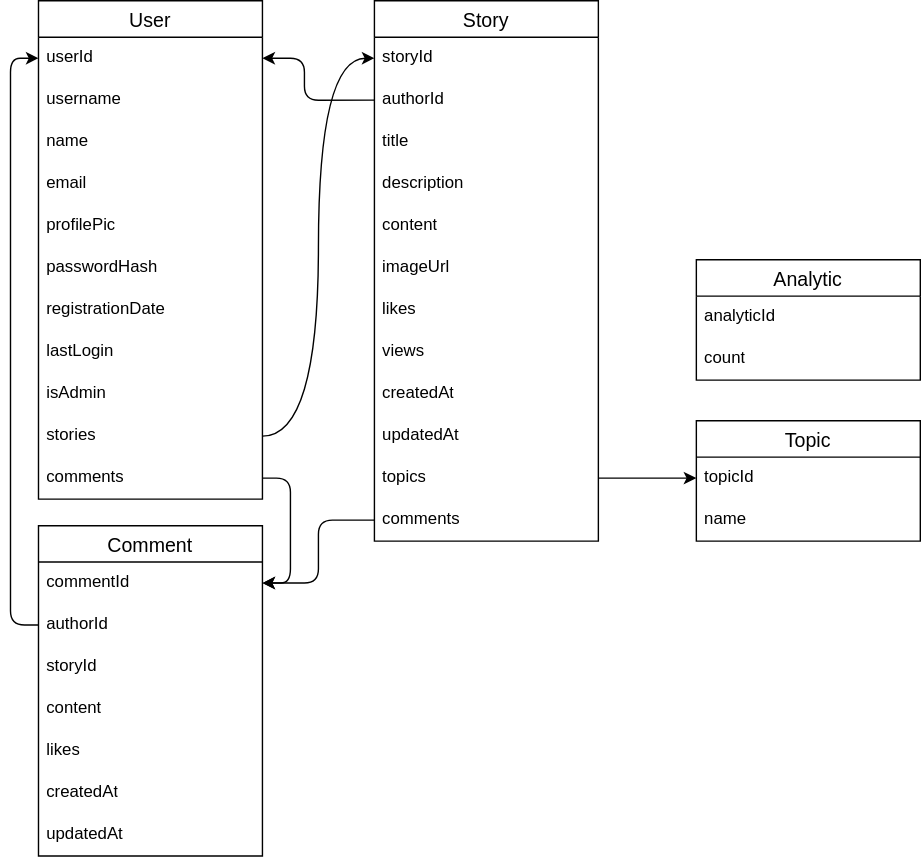
This is public/database-design.svg from nhnquang11/dots-docs, a draw.io export, as it was before one commit. Source tidied: cells renumbered, new cells last; positions are measured from the earlier drawing's top-left corner, leaving out a move shared by most shapes. Source of this version:
```xml
<mxGraphModel>
  <root>
    <mxCell id="0" />
    <mxCell id="1" parent="0" />
    <mxCell id="2" value="User" style="swimlane;fontStyle=0;horizontal=1;startSize=26;align=center;fontSize=14;" parent="1" vertex="1">
      <mxGeometry width="160" height="356" as="geometry" />
    </mxCell>
    <mxCell id="3" value="userId" style="text;strokeColor=none;fillColor=none;spacingLeft=4;spacingRight=4;overflow=hidden;points=[[0,0.5],[1,0.5]];portConstraint=eastwest;fontSize=12;whiteSpace=wrap;html=1;" parent="2" vertex="1">
      <mxGeometry y="26" width="160" height="30" as="geometry" />
    </mxCell>
    <mxCell id="4" value="username" style="text;strokeColor=none;fillColor=none;spacingLeft=4;spacingRight=4;overflow=hidden;fontSize=12;whiteSpace=wrap;html=1;" parent="2" vertex="1">
      <mxGeometry y="56" width="160" height="30" as="geometry" />
    </mxCell>
    <mxCell id="5" value="name&lt;div&gt;&lt;br&gt;&lt;/div&gt;" style="text;strokeColor=none;fillColor=none;spacingLeft=4;spacingRight=4;overflow=hidden;fontSize=12;whiteSpace=wrap;html=1;" parent="2" vertex="1">
      <mxGeometry y="86" width="160" height="30" as="geometry" />
    </mxCell>
    <mxCell id="6" value="email" style="text;strokeColor=none;fillColor=none;spacingLeft=4;spacingRight=4;overflow=hidden;fontSize=12;whiteSpace=wrap;html=1;" parent="2" vertex="1">
      <mxGeometry y="116" width="160" height="30" as="geometry" />
    </mxCell>
    <mxCell id="7" value="profilePic" style="text;strokeColor=none;fillColor=none;spacingLeft=4;spacingRight=4;overflow=hidden;fontSize=12;whiteSpace=wrap;html=1;" parent="2" vertex="1">
      <mxGeometry y="146" width="160" height="30" as="geometry" />
    </mxCell>
    <mxCell id="8" value="passwordHash" style="text;strokeColor=none;fillColor=none;spacingLeft=4;spacingRight=4;overflow=hidden;fontSize=12;whiteSpace=wrap;html=1;" parent="2" vertex="1">
      <mxGeometry y="176" width="160" height="30" as="geometry" />
    </mxCell>
    <mxCell id="9" value="registrationDate" style="text;strokeColor=none;fillColor=none;spacingLeft=4;spacingRight=4;overflow=hidden;fontSize=12;whiteSpace=wrap;html=1;" parent="2" vertex="1">
      <mxGeometry y="206" width="160" height="30" as="geometry" />
    </mxCell>
    <mxCell id="10" value="lastLogin" style="text;strokeColor=none;fillColor=none;spacingLeft=4;spacingRight=4;overflow=hidden;fontSize=12;whiteSpace=wrap;html=1;" parent="2" vertex="1">
      <mxGeometry y="236" width="160" height="30" as="geometry" />
    </mxCell>
    <mxCell id="11" value="isAdmin" style="text;strokeColor=none;fillColor=none;spacingLeft=4;spacingRight=4;overflow=hidden;fontSize=12;whiteSpace=wrap;html=1;" parent="2" vertex="1">
      <mxGeometry y="266" width="160" height="30" as="geometry" />
    </mxCell>
    <mxCell id="12" value="stories" style="text;strokeColor=none;fillColor=none;spacingLeft=4;spacingRight=4;overflow=hidden;points=[[0,0.5],[1,0.5]];portConstraint=eastwest;fontSize=12;whiteSpace=wrap;html=1;" parent="2" vertex="1">
      <mxGeometry y="296" width="160" height="30" as="geometry" />
    </mxCell>
    <mxCell id="13" value="comments" style="text;strokeColor=none;fillColor=none;spacingLeft=4;spacingRight=4;overflow=hidden;points=[[0,0.5],[1,0.5]];portConstraint=eastwest;fontSize=12;whiteSpace=wrap;html=1;" parent="2" vertex="1">
      <mxGeometry y="326" width="160" height="30" as="geometry" />
    </mxCell>
    <mxCell id="14" value="Topic" style="swimlane;fontStyle=0;horizontal=1;startSize=26;align=center;fontSize=14;" parent="1" vertex="1">
      <mxGeometry x="470" y="300" width="160" height="86" as="geometry" />
    </mxCell>
    <mxCell id="15" value="topicId" style="text;strokeColor=none;fillColor=none;spacingLeft=4;spacingRight=4;overflow=hidden;points=[[0,0.5],[1,0.5]];portConstraint=eastwest;fontSize=12;whiteSpace=wrap;html=1;" parent="14" vertex="1">
      <mxGeometry y="26" width="160" height="30" as="geometry" />
    </mxCell>
    <mxCell id="16" value="name" style="text;strokeColor=none;fillColor=none;spacingLeft=4;spacingRight=4;overflow=hidden;fontSize=12;whiteSpace=wrap;html=1;" parent="14" vertex="1">
      <mxGeometry y="56" width="160" height="30" as="geometry" />
    </mxCell>
    <mxCell id="17" value="Story" style="swimlane;fontStyle=0;horizontal=1;startSize=26;align=center;fontSize=14;" parent="1" vertex="1">
      <mxGeometry x="240" width="160" height="386" as="geometry" />
    </mxCell>
    <mxCell id="18" value="storyId" style="text;strokeColor=none;fillColor=none;spacingLeft=4;spacingRight=4;overflow=hidden;points=[[0,0.5],[1,0.5]];portConstraint=eastwest;fontSize=12;whiteSpace=wrap;html=1;" parent="17" vertex="1">
      <mxGeometry y="26" width="160" height="30" as="geometry" />
    </mxCell>
    <mxCell id="19" value="authorId" style="text;strokeColor=none;fillColor=none;spacingLeft=4;spacingRight=4;overflow=hidden;points=[[0,0.5],[1,0.5]];portConstraint=eastwest;fontSize=12;whiteSpace=wrap;html=1;" parent="17" vertex="1">
      <mxGeometry y="56" width="160" height="30" as="geometry" />
    </mxCell>
    <mxCell id="20" value="title&lt;div&gt;&lt;br&gt;&lt;/div&gt;" style="text;strokeColor=none;fillColor=none;spacingLeft=4;spacingRight=4;overflow=hidden;fontSize=12;whiteSpace=wrap;html=1;" parent="17" vertex="1">
      <mxGeometry y="86" width="160" height="30" as="geometry" />
    </mxCell>
    <mxCell id="21" value="description" style="text;strokeColor=none;fillColor=none;spacingLeft=4;spacingRight=4;overflow=hidden;fontSize=12;whiteSpace=wrap;html=1;" parent="17" vertex="1">
      <mxGeometry y="116" width="160" height="30" as="geometry" />
    </mxCell>
    <mxCell id="22" value="content" style="text;strokeColor=none;fillColor=none;spacingLeft=4;spacingRight=4;overflow=hidden;fontSize=12;whiteSpace=wrap;html=1;" parent="17" vertex="1">
      <mxGeometry y="146" width="160" height="30" as="geometry" />
    </mxCell>
    <mxCell id="23" value="imageUrl" style="text;strokeColor=none;fillColor=none;spacingLeft=4;spacingRight=4;overflow=hidden;fontSize=12;whiteSpace=wrap;html=1;" parent="17" vertex="1">
      <mxGeometry y="176" width="160" height="30" as="geometry" />
    </mxCell>
    <mxCell id="24" value="likes" style="text;strokeColor=none;fillColor=none;spacingLeft=4;spacingRight=4;overflow=hidden;fontSize=12;whiteSpace=wrap;html=1;" parent="17" vertex="1">
      <mxGeometry y="206" width="160" height="30" as="geometry" />
    </mxCell>
    <mxCell id="25" value="views" style="text;strokeColor=none;fillColor=none;spacingLeft=4;spacingRight=4;overflow=hidden;fontSize=12;whiteSpace=wrap;html=1;" parent="17" vertex="1">
      <mxGeometry y="236" width="160" height="30" as="geometry" />
    </mxCell>
    <mxCell id="26" value="createdAt" style="text;strokeColor=none;fillColor=none;spacingLeft=4;spacingRight=4;overflow=hidden;fontSize=12;whiteSpace=wrap;html=1;" parent="17" vertex="1">
      <mxGeometry y="266" width="160" height="30" as="geometry" />
    </mxCell>
    <mxCell id="27" value="updatedAt" style="text;strokeColor=none;fillColor=none;spacingLeft=4;spacingRight=4;overflow=hidden;fontSize=12;whiteSpace=wrap;html=1;" parent="17" vertex="1">
      <mxGeometry y="296" width="160" height="30" as="geometry" />
    </mxCell>
    <mxCell id="28" value="topics" style="text;strokeColor=none;fillColor=none;spacingLeft=4;spacingRight=4;overflow=hidden;points=[[0,0.5],[1,0.5]];portConstraint=eastwest;fontSize=12;whiteSpace=wrap;html=1;" parent="17" vertex="1">
      <mxGeometry y="326" width="160" height="30" as="geometry" />
    </mxCell>
    <mxCell id="29" value="comments" style="text;strokeColor=none;fillColor=none;spacingLeft=4;spacingRight=4;overflow=hidden;points=[[0,0.5],[1,0.5]];portConstraint=eastwest;fontSize=12;whiteSpace=wrap;html=1;" parent="17" vertex="1">
      <mxGeometry y="356" width="160" height="30" as="geometry" />
    </mxCell>
    <mxCell id="30" value="Comment" style="swimlane;fontStyle=0;horizontal=1;startSize=26;align=center;fontSize=14;" parent="1" vertex="1">
      <mxGeometry y="375" width="160" height="236" as="geometry" />
    </mxCell>
    <mxCell id="31" value="commentId" style="text;strokeColor=none;fillColor=none;spacingLeft=4;spacingRight=4;overflow=hidden;points=[[0,0.5],[1,0.5]];portConstraint=eastwest;fontSize=12;whiteSpace=wrap;html=1;" parent="30" vertex="1">
      <mxGeometry y="26" width="160" height="30" as="geometry" />
    </mxCell>
    <mxCell id="32" value="authorId" style="text;strokeColor=none;fillColor=none;spacingLeft=4;spacingRight=4;overflow=hidden;points=[[0,0.5],[1,0.5]];portConstraint=eastwest;fontSize=12;whiteSpace=wrap;html=1;" parent="30" vertex="1">
      <mxGeometry y="56" width="160" height="30" as="geometry" />
    </mxCell>
    <mxCell id="33" value="&lt;div&gt;storyId&lt;/div&gt;" style="text;strokeColor=none;fillColor=none;spacingLeft=4;spacingRight=4;overflow=hidden;fontSize=12;whiteSpace=wrap;html=1;" parent="30" vertex="1">
      <mxGeometry y="86" width="160" height="30" as="geometry" />
    </mxCell>
    <mxCell id="34" value="content" style="text;strokeColor=none;fillColor=none;spacingLeft=4;spacingRight=4;overflow=hidden;fontSize=12;whiteSpace=wrap;html=1;" parent="30" vertex="1">
      <mxGeometry y="116" width="160" height="30" as="geometry" />
    </mxCell>
    <mxCell id="35" value="likes" style="text;strokeColor=none;fillColor=none;spacingLeft=4;spacingRight=4;overflow=hidden;fontSize=12;whiteSpace=wrap;html=1;" parent="30" vertex="1">
      <mxGeometry y="146" width="160" height="30" as="geometry" />
    </mxCell>
    <mxCell id="36" value="createdAt" style="text;strokeColor=none;fillColor=none;spacingLeft=4;spacingRight=4;overflow=hidden;fontSize=12;whiteSpace=wrap;html=1;" parent="30" vertex="1">
      <mxGeometry y="176" width="160" height="30" as="geometry" />
    </mxCell>
    <mxCell id="37" value="updatedAt" style="text;strokeColor=none;fillColor=none;spacingLeft=4;spacingRight=4;overflow=hidden;fontSize=12;whiteSpace=wrap;html=1;" parent="30" vertex="1">
      <mxGeometry y="206" width="160" height="30" as="geometry" />
    </mxCell>
    <mxCell id="38" value="Analytic" style="swimlane;fontStyle=0;horizontal=1;startSize=26;align=center;fontSize=14;" parent="1" vertex="1">
      <mxGeometry x="470" y="185" width="160" height="86" as="geometry" />
    </mxCell>
    <mxCell id="39" value="analyticId" style="text;strokeColor=none;fillColor=none;spacingLeft=4;spacingRight=4;overflow=hidden;fontSize=12;whiteSpace=wrap;html=1;" parent="38" vertex="1">
      <mxGeometry y="26" width="160" height="30" as="geometry" />
    </mxCell>
    <mxCell id="40" value="count" style="text;strokeColor=none;fillColor=none;spacingLeft=4;spacingRight=4;overflow=hidden;fontSize=12;whiteSpace=wrap;html=1;" parent="38" vertex="1">
      <mxGeometry y="56" width="160" height="30" as="geometry" />
    </mxCell>
    <mxCell id="41" style="edgeStyle=orthogonalEdgeStyle;rounded=1;jettySize=auto;html=1;exitX=0;exitY=0.5;exitDx=0;exitDy=0;entryX=1;entryY=0.5;entryDx=0;entryDy=0;curved=0;" parent="1" edge="1" source="19" target="3">
      <mxGeometry relative="1" as="geometry">
        <Array as="points">
          <mxPoint x="190" y="71" />
          <mxPoint x="190" y="41" />
        </Array>
      </mxGeometry>
    </mxCell>
    <mxCell id="42" style="edgeStyle=orthogonalEdgeStyle;rounded=0;jettySize=auto;html=1;exitX=1;exitY=0.5;exitDx=0;exitDy=0;entryX=0;entryY=0.5;entryDx=0;entryDy=0;curved=1;" parent="1" edge="1" source="12" target="18">
      <mxGeometry relative="1" as="geometry" />
    </mxCell>
    <mxCell id="43" style="edgeStyle=orthogonalEdgeStyle;rounded=1;jettySize=auto;html=1;exitX=0;exitY=0.5;exitDx=0;exitDy=0;entryX=0;entryY=0.5;entryDx=0;entryDy=0;curved=0;" parent="1" edge="1" source="32" target="3">
      <mxGeometry relative="1" as="geometry" />
    </mxCell>
    <mxCell id="44" style="edgeStyle=orthogonalEdgeStyle;rounded=1;jettySize=auto;html=1;exitX=0;exitY=0.5;exitDx=0;exitDy=0;entryX=1;entryY=0.5;entryDx=0;entryDy=0;curved=0;" parent="1" edge="1" source="29" target="31">
      <mxGeometry relative="1" as="geometry" />
    </mxCell>
    <mxCell id="45" style="edgeStyle=orthogonalEdgeStyle;rounded=1;jettySize=auto;html=1;exitX=1;exitY=0.5;exitDx=0;exitDy=0;entryX=1;entryY=0.5;entryDx=0;entryDy=0;curved=0;" parent="1" edge="1" source="13" target="31">
      <mxGeometry relative="1" as="geometry" />
    </mxCell>
    <mxCell id="46" style="edgeStyle=orthogonalEdgeStyle;rounded=0;jettySize=auto;html=1;exitX=1;exitY=0.5;exitDx=0;exitDy=0;curved=0;" parent="1" edge="1" source="28" target="15">
      <mxGeometry relative="1" as="geometry" />
    </mxCell>
  </root>
</mxGraphModel>
```
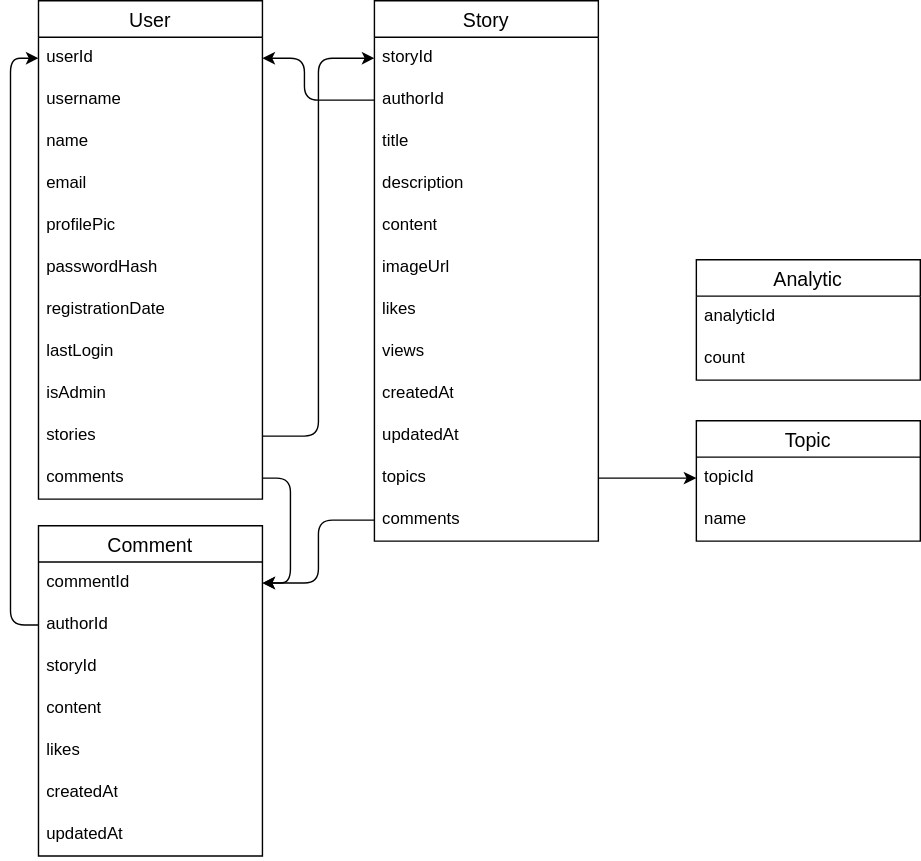
After the change.

Commit message:
update database design and add separators

What changed in the source:
```diff
@@ -127,7 +127,7 @@
         </Array>
       </mxGeometry>
     </mxCell>
-    <mxCell id="42" style="edgeStyle=orthogonalEdgeStyle;rounded=0;jettySize=auto;html=1;exitX=1;exitY=0.5;exitDx=0;exitDy=0;entryX=0;entryY=0.5;entryDx=0;entryDy=0;curved=1;" parent="1" edge="1" source="12" target="18">
+    <mxCell id="42" style="edgeStyle=orthogonalEdgeStyle;rounded=1;jettySize=auto;html=1;exitX=1;exitY=0.5;exitDx=0;exitDy=0;entryX=0;entryY=0.5;entryDx=0;entryDy=0;curved=0;" parent="1" edge="1" source="12" target="18">
       <mxGeometry relative="1" as="geometry" />
     </mxCell>
     <mxCell id="43" style="edgeStyle=orthogonalEdgeStyle;rounded=1;jettySize=auto;html=1;exitX=0;exitY=0.5;exitDx=0;exitDy=0;entryX=0;entryY=0.5;entryDx=0;entryDy=0;curved=0;" parent="1" edge="1" source="32" target="3">
```
